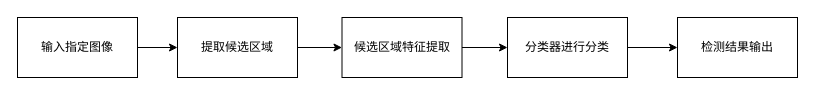
Earlier version of the draw.io diagram page "传统目标检测" (2 of 3) of 毕业设计/目标检测算法概述.drawio (ZHYCarge/DrawIo). Source tidied: cells renumbered, new cells numbered last; positions are measured from the earlier drawing's top-left corner, leaving out a move shared by most shapes. Both pictures are drawn from the tidied source at 100%, with x=0, y=0 at pixel (17, 17).
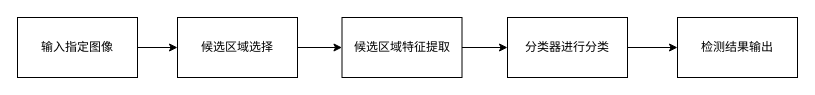
The same diagram, later.

Commit message:
更新目标检测算法概述.drawio

What changed in the source:
```diff
@@
 <mxGraphModel>
   <root>
     <mxCell id="0" />
     <mxCell id="1" parent="0" />
     <mxCell id="2" style="edgeStyle=orthogonalEdgeStyle;rounded=0;jettySize=auto;html=1;" parent="1" edge="1" source="3" target="5">
       <mxGeometry relative="1" as="geometry" />
     </mxCell>
     <mxCell id="3" value="输入指定图像" style="rounded=0;whiteSpace=wrap;html=1;" parent="1" vertex="1">
       <mxGeometry width="120" height="60" as="geometry" />
     </mxCell>
     <mxCell id="4" style="edgeStyle=orthogonalEdgeStyle;rounded=0;jettySize=auto;html=1;" parent="1" edge="1" source="5" target="7">
       <mxGeometry relative="1" as="geometry" />
     </mxCell>
-    <mxCell id="5" value="提取候选区域" style="whiteSpace=wrap;html=1;rounded=0;" parent="1" vertex="1">
+    <mxCell id="5" value="候选区域选择" style="whiteSpace=wrap;html=1;rounded=0;" parent="1" vertex="1">
       <mxGeometry x="160" width="120" height="60" as="geometry" />
     </mxCell>
     <mxCell id="6" style="edgeStyle=orthogonalEdgeStyle;rounded=0;jettySize=auto;html=1;" parent="1" edge="1" source="7" target="9">
       <mxGeometry relative="1" as="geometry" />
     </mxCell>
     <mxCell id="7" value="候选区域特征提取" style="whiteSpace=wrap;html=1;rounded=0;" parent="1" vertex="1">
       <mxGeometry x="324.5" width="120" height="60" as="geometry" />
     </mxCell>
     <mxCell id="8" style="edgeStyle=orthogonalEdgeStyle;rounded=0;jettySize=auto;html=1;" parent="1" edge="1" source="9" target="10">
       <mxGeometry relative="1" as="geometry" />
     </mxCell>
     <mxCell id="9" value="分类器进行分类" style="whiteSpace=wrap;html=1;rounded=0;" parent="1" vertex="1">
       <mxGeometry x="490" width="120" height="60" as="geometry" />
     </mxCell>
     <mxCell id="10" value="检测结果输出" style="whiteSpace=wrap;html=1;rounded=0;" parent="1" vertex="1">
       <mxGeometry x="660" width="120" height="60" as="geometry" />
     </mxCell>
   </root>
 </mxGraphModel>
```
